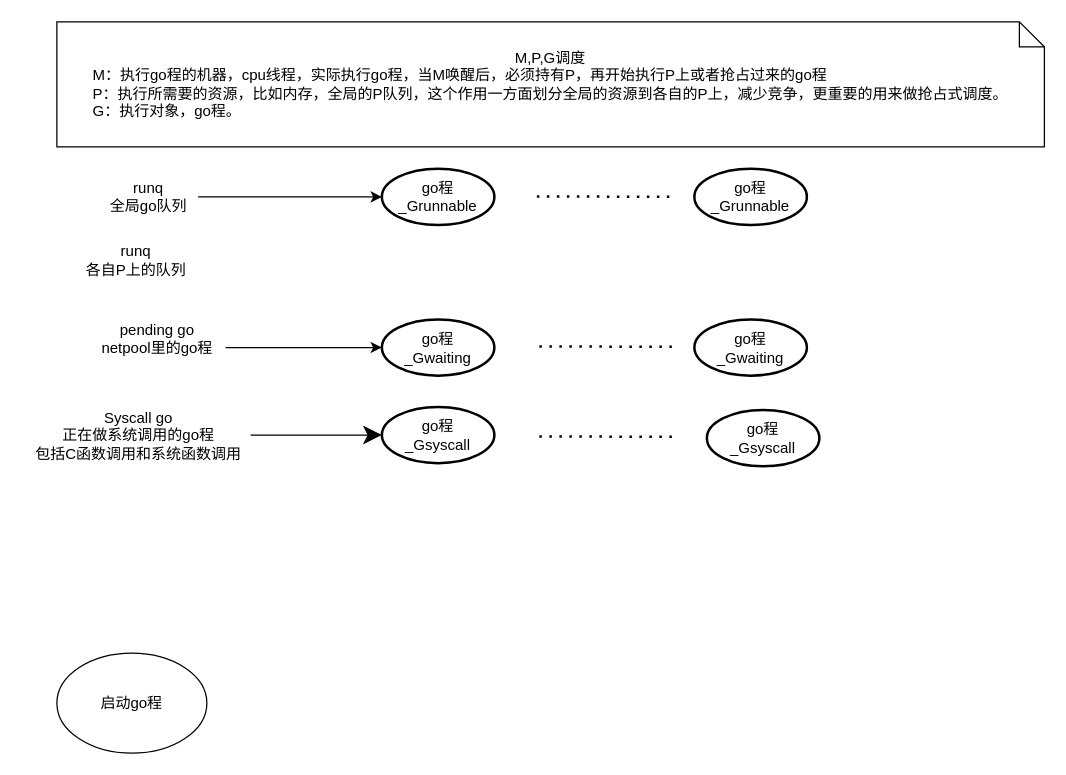
Above: go调度.drawio in yy405145590/chat.com (draw.io), before the change. Source tidied: cells renumbered, new cells numbered last; positions are measured from the earlier drawing's top-left corner, leaving out a move shared by most shapes. Both pictures are drawn from the tidied source at 125%, with x=0, y=0 at pixel (25, 21).
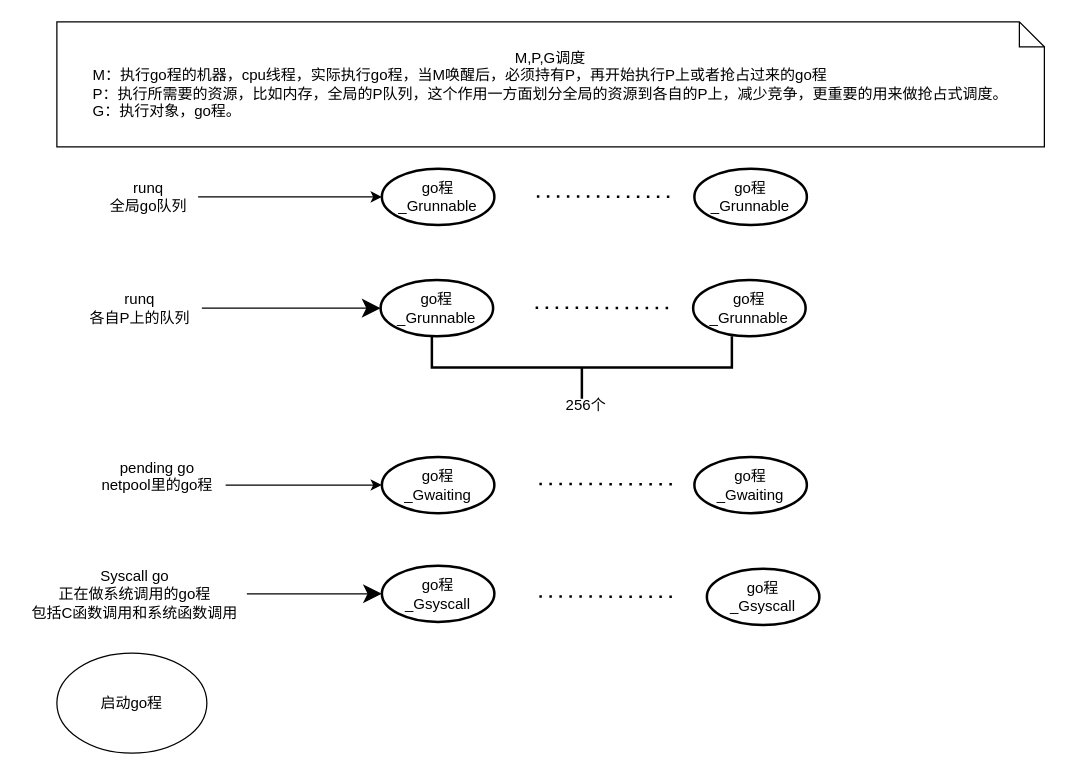
Above is the later version.

The edit, as a diff of the source:
```diff
@@
     <mxCell id="9" value="&lt;div&gt;pending go&lt;/div&gt;&lt;div&gt;netpool里的go程&lt;/div&gt;&lt;div&gt;&lt;br&gt;&lt;/div&gt;" style="text;html=1;align=center;verticalAlign=middle;points=[];strokeColor=none;fillColor=none;" parent="1" vertex="1">
-      <mxGeometry x="50" y="235.5" width="110" height="50" as="geometry" />
+      <mxGeometry x="50" y="345.5" width="110" height="50" as="geometry" />
     </mxCell>
     <mxCell id="10" value="&lt;div&gt;go程&lt;/div&gt;&lt;div&gt;_Gwaiting&lt;/div&gt;" style="strokeWidth=2;html=1;shape=mxgraph.flowchart.start_2;whiteSpace=wrap;" parent="1" vertex="1">
-      <mxGeometry x="285" y="238" width="90" height="45" as="geometry" />
+      <mxGeometry x="285" y="348" width="90" height="45" as="geometry" />
     </mxCell>
@@
     <mxCell id="13" value="&lt;div&gt;Syscall go&lt;/div&gt;&lt;div&gt;正在做系统调用的go程&lt;/div&gt;&lt;div&gt;包括C函数调用和系统函数调用&lt;/div&gt;" style="text;html=1;align=center;verticalAlign=middle;points=[];strokeColor=none;fillColor=none;" parent="1" vertex="1">
-      <mxGeometry y="305.5" width="180" height="50" as="geometry" />
+      <mxGeometry x="-3" y="432.5" width="180" height="50" as="geometry" />
     </mxCell>
     <mxCell id="14" value="&lt;div&gt;go程&lt;/div&gt;&lt;div&gt;_Gsyscall&lt;/div&gt;" style="strokeWidth=2;html=1;shape=mxgraph.flowchart.start_2;whiteSpace=wrap;" parent="1" vertex="1">
-      <mxGeometry x="285" y="308" width="90" height="45" as="geometry" />
+      <mxGeometry x="285" y="435" width="90" height="45" as="geometry" />
     </mxCell>
     <mxCell id="15" style="endArrow=none;dashed=1;html=1;dashPattern=1 3;strokeWidth=2;rounded=0;endSize=12;" parent="1" edge="1">
       <mxGeometry relative="1" as="geometry">
-        <mxPoint x="411" y="259.6" as="sourcePoint" />
-        <mxPoint x="521" y="260" as="targetPoint" />
+        <mxPoint x="411" y="369.6" as="sourcePoint" />
+        <mxPoint x="521" y="370" as="targetPoint" />
       </mxGeometry>
     </mxCell>
     <mxCell id="16" value="&lt;div&gt;go程&lt;/div&gt;&lt;div&gt;_Gwaiting&lt;/div&gt;" style="strokeWidth=2;html=1;shape=mxgraph.flowchart.start_2;whiteSpace=wrap;" parent="1" vertex="1">
-      <mxGeometry x="535" y="238" width="90" height="45" as="geometry" />
+      <mxGeometry x="535" y="348" width="90" height="45" as="geometry" />
     </mxCell>
     <mxCell id="17" value="&lt;div&gt;go程&lt;/div&gt;&lt;div&gt;_Gsyscall&lt;/div&gt;" style="strokeWidth=2;html=1;shape=mxgraph.flowchart.start_2;whiteSpace=wrap;" parent="1" vertex="1">
-      <mxGeometry x="545" y="310.5" width="90" height="45" as="geometry" />
+      <mxGeometry x="545" y="437.5" width="90" height="45" as="geometry" />
     </mxCell>
     <mxCell id="18" style="endArrow=none;dashed=1;html=1;dashPattern=1 3;strokeWidth=2;rounded=0;endSize=12;" parent="1" edge="1">
       <mxGeometry relative="1" as="geometry">
-        <mxPoint x="411" y="331.6" as="sourcePoint" />
-        <mxPoint x="521" y="332" as="targetPoint" />
+        <mxPoint x="411" y="459.6" as="sourcePoint" />
+        <mxPoint x="521" y="460" as="targetPoint" />
       </mxGeometry>
     </mxCell>
+    <mxCell id="20" style="edgeStyle=orthogonalEdgeStyle;rounded=0;jettySize=auto;html=1;endSize=12;" parent="1" edge="1" source="19" target="22">
+      <mxGeometry relative="1" as="geometry" />
+    </mxCell>
     <mxCell id="19" value="&lt;div&gt;runq&lt;/div&gt;&lt;div&gt;各自P上的队列&lt;/div&gt;" style="text;html=1;align=center;verticalAlign=middle;points=[];strokeColor=none;fillColor=none;" parent="1" vertex="1">
-      <mxGeometry x="38" y="176" width="100" height="30" as="geometry" />
+      <mxGeometry x="41" y="214" width="100" height="30" as="geometry" />
     </mxCell>
+    <mxCell id="21" style="endArrow=none;dashed=1;html=1;dashPattern=1 3;strokeWidth=2;rounded=0;endSize=12;" parent="1" edge="1">
+      <mxGeometry relative="1" as="geometry">
+        <mxPoint x="408" y="228.6" as="sourcePoint" />
+        <mxPoint x="518" y="229" as="targetPoint" />
+      </mxGeometry>
+    </mxCell>
+    <mxCell id="22" value="&lt;div&gt;go程&lt;/div&gt;&lt;div&gt;_Grunnable&lt;/div&gt;" style="strokeWidth=2;html=1;shape=mxgraph.flowchart.start_2;whiteSpace=wrap;" parent="1" vertex="1">
+      <mxGeometry x="284" y="206.5" width="90" height="45" as="geometry" />
+    </mxCell>
+    <mxCell id="23" value="&lt;div&gt;go程&lt;/div&gt;&lt;div&gt;_Grunnable&lt;/div&gt;" style="strokeWidth=2;html=1;shape=mxgraph.flowchart.start_2;whiteSpace=wrap;" parent="1" vertex="1">
+      <mxGeometry x="534" y="206.5" width="90" height="45" as="geometry" />
+    </mxCell>
+    <mxCell id="24" style="strokeWidth=2;html=1;shape=mxgraph.flowchart.annotation_2;align=left;labelPosition=right;direction=north;" parent="1" vertex="1">
+      <mxGeometry x="325" y="251.5" width="240" height="50" as="geometry" />
+    </mxCell>
+    <mxCell id="25" value="256个" style="text;html=1;align=center;verticalAlign=middle;strokeColor=none;fillColor=none;" parent="1" vertex="1">
+      <mxGeometry x="423" y="297" width="50" height="20" as="geometry" />
+    </mxCell>
```
